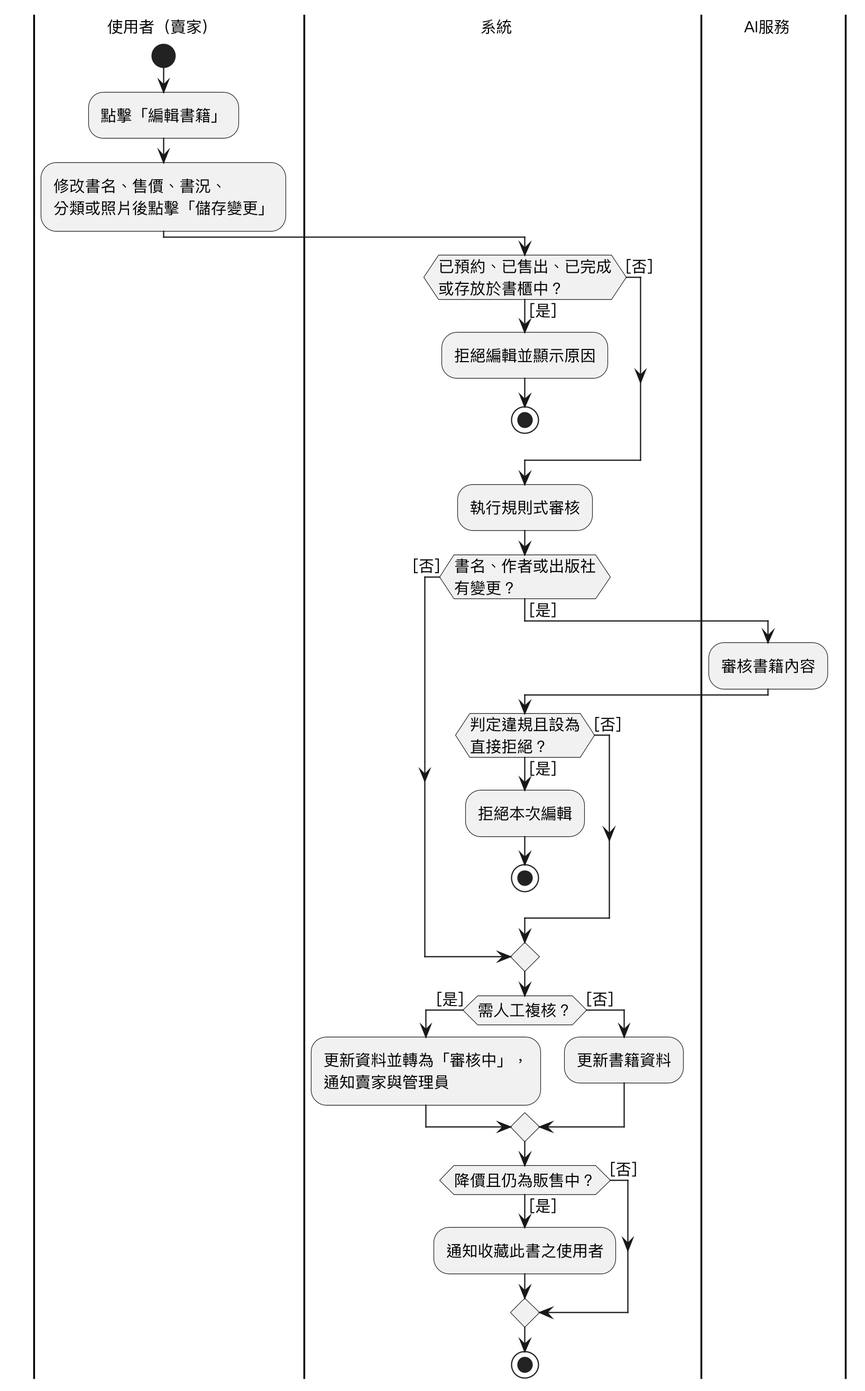
Above: Diagrams/Activity diagram/v3/uc02.png in SaveMyBook/SaveMyBook (PlantUML), before the change.
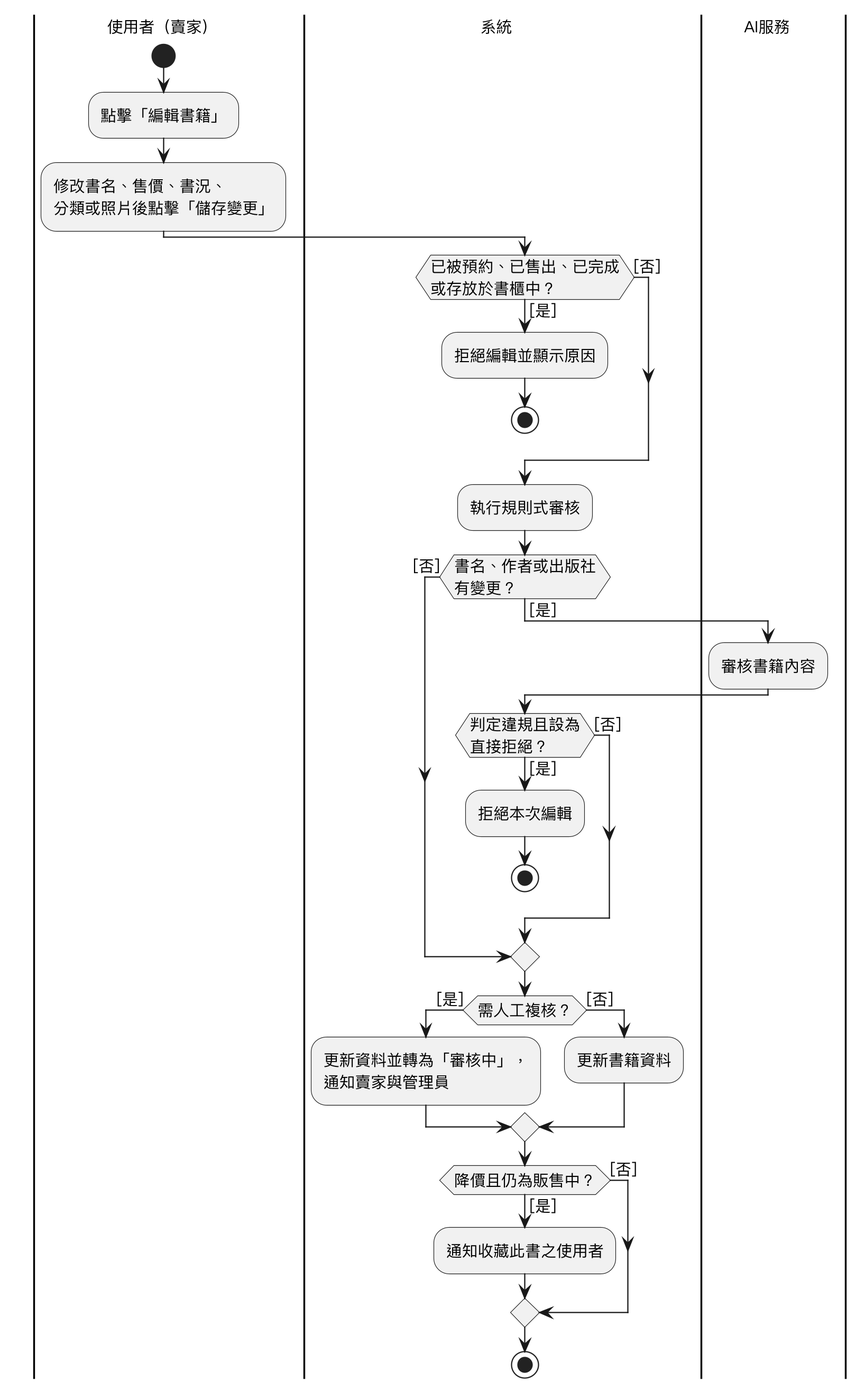
After the change.

What changed in the source:
```diff
@@ -10,7 +10,7 @@
 :點擊「編輯書籍」;
 :修改書名、售價、書況、\n分類或照片後點擊「儲存變更」;
 |系統|
-if (已預約、已售出、已完成\n或存放於書櫃中？) then ([是])
+if (已被預約、已售出、已完成\n或存放於書櫃中？) then ([是])
   :拒絕編輯並顯示原因;
   stop
 else ([否])
```
